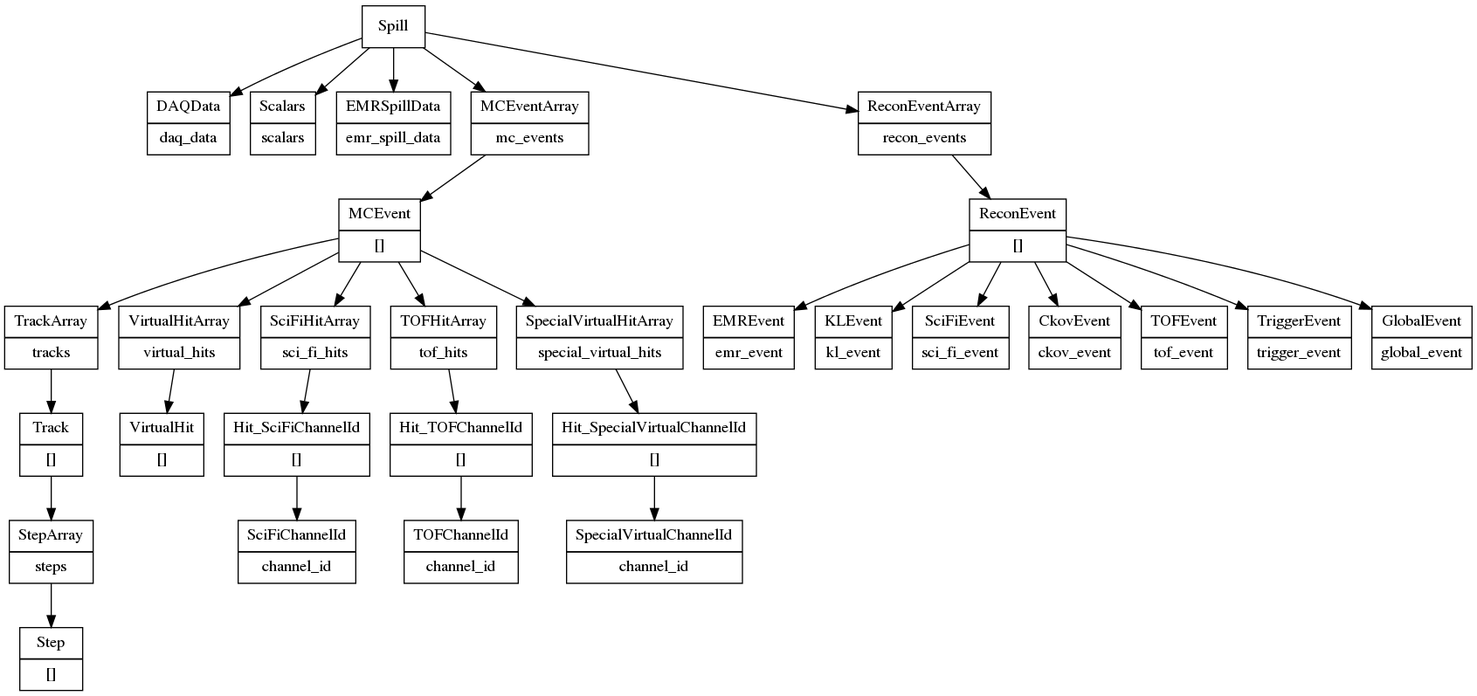
Before: doc/doc_src/data_structure.png, a diagram exported from Graphviz (mice-software/maus). Its source is kept beside it as doc/doc_src/data_structure.dot. Its diagram source:
```dot
digraph G {
node [shape=record];
  Spill [shape=record, label="{Spill}"]
  DAQData [shape=record, label="{DAQData|daq_data}"]
  Scalars [shape=record, label="{Scalars|scalars}"]
  EMRSpillData [shape=record, label="{EMRSpillData|emr_spill_data}"]

  MCEventArray [shape=record, label="{MCEventArray|mc_events}"]
  MCEvent [shape=record, label="{MCEvent|\[\]}"]
  TrackArray [shape=record, label="{TrackArray|tracks}"]
  Track [shape=record, label="{Track|\[\]}"]
  StepArray [shape=record, label="{StepArray|steps}"]
  Step [shape=record, label="{Step|\[\]}"]
  VirtualHitArray [shape=record, label="{VirtualHitArray|virtual_hits}"]
  VirtualHit [shape=record, label="{VirtualHit|\[\]}"]
  SciFiHitArray [shape=record, label="{SciFiHitArray|sci_fi_hits}"]
  Hit_SciFiChannelId [shape=record, label="{Hit_SciFiChannelId|\[\]}"]
  SciFiChannelId [shape=record, label="{SciFiChannelId|channel_id}"]
  TOFHitArray [shape=record, label="{TOFHitArray|tof_hits}"]
  Hit_TOFChannelId [shape=record, label="{Hit_TOFChannelId|\[\]}"]
  TOFChannelId [shape=record, label="{TOFChannelId|channel_id}"]
  SpecialVirtualHitArray [shape=record, label="{SpecialVirtualHitArray|special_virtual_hits}"]
  Hit_SpecialVirtualChannelId [shape=record, label="{Hit_SpecialVirtualChannelId|\[\]}"]
  SpecialVirtualChannelId [shape=record, label="{SpecialVirtualChannelId|channel_id}"]

  ReconEventArray [shape=record, label="{ReconEventArray|recon_events}"]
  ReconEvent [shape=record, label="{ReconEvent|\[\]}"]
  EMREvent [shape=record, label="{EMREvent|emr_event}"]
  KLEvent [shape=record, label="{KLEvent|kl_event}"]
  SciFiEvent [shape=record, label="{SciFiEvent|sci_fi_event}"]
  CkovEvent [shape=record, label="{CkovEvent|ckov_event}"]
  TOFEvent [shape=record, label="{TOFEvent|tof_event}"]
  TriggerEvent [shape=record, label="{TriggerEvent|trigger_event}"]
  GlobalEvent [shape=record, label="{GlobalEvent|global_event }"]

  Spill->DAQData
  Spill->Scalars
  Spill->EMRSpillData
  Spill->MCEventArray->MCEvent
  Spill->ReconEventArray->ReconEvent

  ReconEvent->EMREvent
  ReconEvent->KLEvent
  ReconEvent->SciFiEvent
  ReconEvent->CkovEvent
  ReconEvent->TOFEvent
  ReconEvent->TriggerEvent
  ReconEvent->GlobalEvent

  MCEvent->TrackArray->Track->StepArray->Step
  MCEvent->VirtualHitArray->VirtualHit
  MCEvent->SciFiHitArray->Hit_SciFiChannelId->SciFiChannelId
  MCEvent->TOFHitArray->Hit_TOFChannelId->TOFChannelId
  MCEvent->SpecialVirtualHitArray->Hit_SpecialVirtualChannelId->SpecialVirtualChannelId

}
```
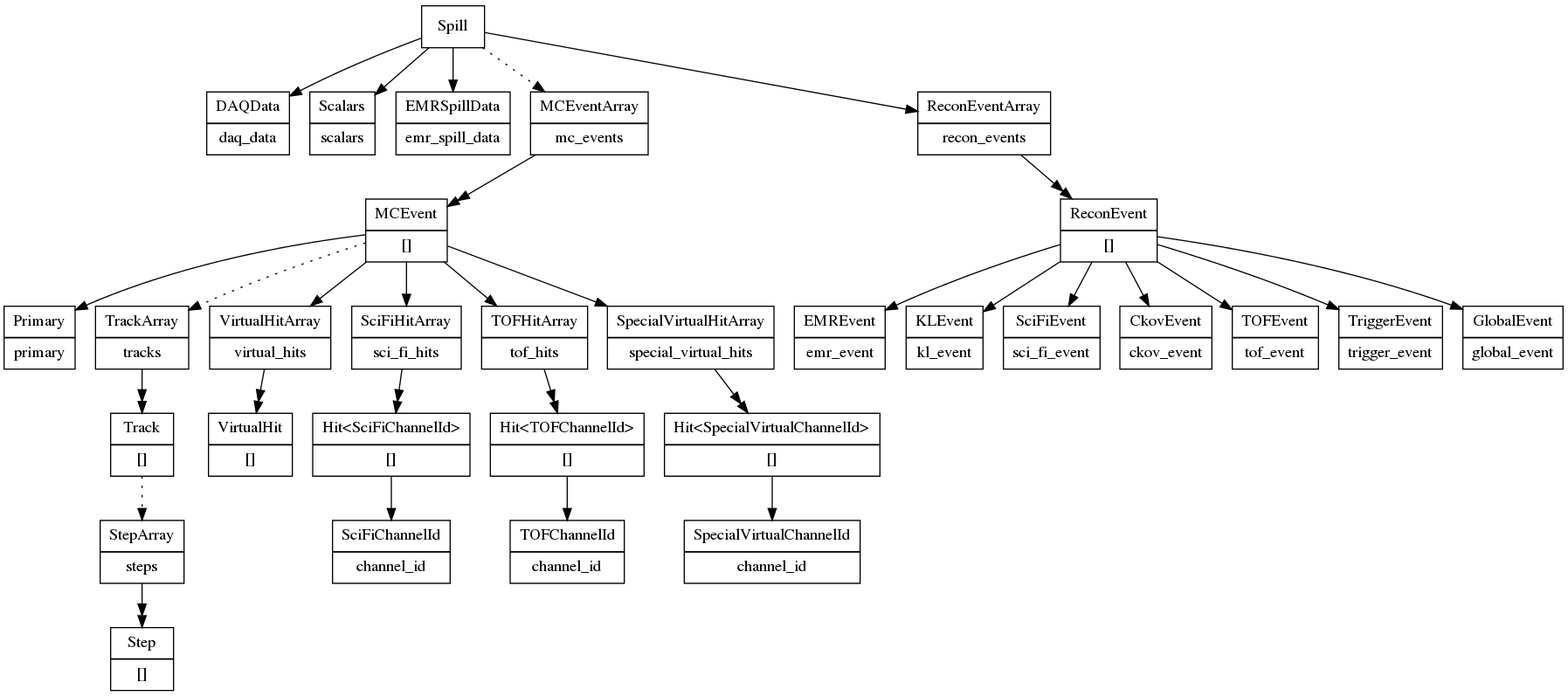
After the change.

What changed in the source:
```diff
@@ -7,6 +7,7 @@
 
   MCEventArray [shape=record, label="{MCEventArray|mc_events}"]
   MCEvent [shape=record, label="{MCEvent|\[\]}"]
+  Primary [shape=record, label="{Primary|primary}"]
   TrackArray [shape=record, label="{TrackArray|tracks}"]
   Track [shape=record, label="{Track|\[\]}"]
   StepArray [shape=record, label="{StepArray|steps}"]
@@ -14,13 +15,13 @@
   VirtualHitArray [shape=record, label="{VirtualHitArray|virtual_hits}"]
   VirtualHit [shape=record, label="{VirtualHit|\[\]}"]
   SciFiHitArray [shape=record, label="{SciFiHitArray|sci_fi_hits}"]
-  Hit_SciFiChannelId [shape=record, label="{Hit_SciFiChannelId|\[\]}"]
+  Hit_SciFiChannelId [shape=record, label="{Hit\<SciFiChannelId\>|\[\]}"]
   SciFiChannelId [shape=record, label="{SciFiChannelId|channel_id}"]
   TOFHitArray [shape=record, label="{TOFHitArray|tof_hits}"]
-  Hit_TOFChannelId [shape=record, label="{Hit_TOFChannelId|\[\]}"]
+  Hit_TOFChannelId [shape=record, label="{Hit\<TOFChannelId\>|\[\]}"]
   TOFChannelId [shape=record, label="{TOFChannelId|channel_id}"]
   SpecialVirtualHitArray [shape=record, label="{SpecialVirtualHitArray|special_virtual_hits}"]
-  Hit_SpecialVirtualChannelId [shape=record, label="{Hit_SpecialVirtualChannelId|\[\]}"]
+  Hit_SpecialVirtualChannelId [shape=record, label="{Hit\<SpecialVirtualChannelId\>|\[\]}"]
   SpecialVirtualChannelId [shape=record, label="{SpecialVirtualChannelId|channel_id}"]
 
   ReconEventArray [shape=record, label="{ReconEventArray|recon_events}"]
@@ -36,8 +37,11 @@
   Spill->DAQData
   Spill->Scalars
   Spill->EMRSpillData
-  Spill->MCEventArray->MCEvent
-  Spill->ReconEventArray->ReconEvent
+  Spill->MCEventArray [style=dotted]
+         MCEventArray->MCEvent [arrowhead=normalnormal]
+  Spill->ReconEventArray
+         ReconEventArray->ReconEvent [arrowhead=normalnormal]
+
 
   ReconEvent->EMREvent
   ReconEvent->KLEvent
@@ -47,10 +51,20 @@
   ReconEvent->TriggerEvent
   ReconEvent->GlobalEvent
 
-  MCEvent->TrackArray->Track->StepArray->Step
-  MCEvent->VirtualHitArray->VirtualHit
-  MCEvent->SciFiHitArray->Hit_SciFiChannelId->SciFiChannelId
-  MCEvent->TOFHitArray->Hit_TOFChannelId->TOFChannelId
-  MCEvent->SpecialVirtualHitArray->Hit_SpecialVirtualChannelId->SpecialVirtualChannelId
-
+  MCEvent->TrackArray [style=dotted]
+  TrackArray->Track [arrowhead=normalnormal]
+  Track->StepArray [style=dotted]
+  StepArray->Step [arrowhead=normalnormal]
+  MCEvent->Primary
+  MCEvent->VirtualHitArray
+           VirtualHitArray->VirtualHit [arrowhead=normalnormal]
+  MCEvent->SciFiHitArray
+           SciFiHitArray->Hit_SciFiChannelId [arrowhead=normalnormal]
+                          Hit_SciFiChannelId->SciFiChannelId
+  MCEvent->TOFHitArray
+           TOFHitArray->Hit_TOFChannelId [arrowhead=normalnormal]
+                        Hit_TOFChannelId->TOFChannelId
+  MCEvent->SpecialVirtualHitArray
+           SpecialVirtualHitArray->Hit_SpecialVirtualChannelId [arrowhead=normalnormal]
+                                   Hit_SpecialVirtualChannelId->SpecialVirtualChannelId
 }
```
